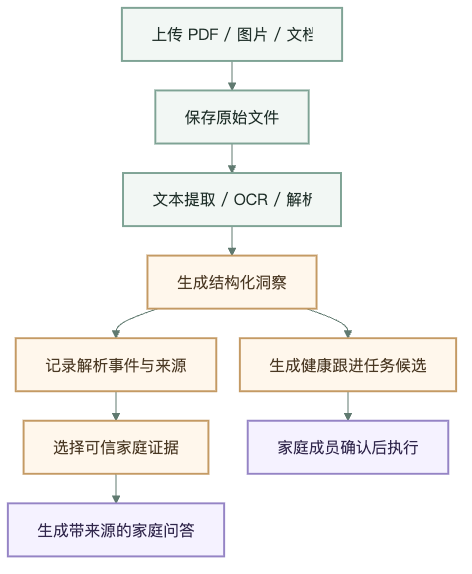
The Mermaid diagram docs/assets/resource-insight-mobile.png in sujianleo/Family, before a commit. Its source is kept beside it as docs/resource-insight-mobile.mmd.
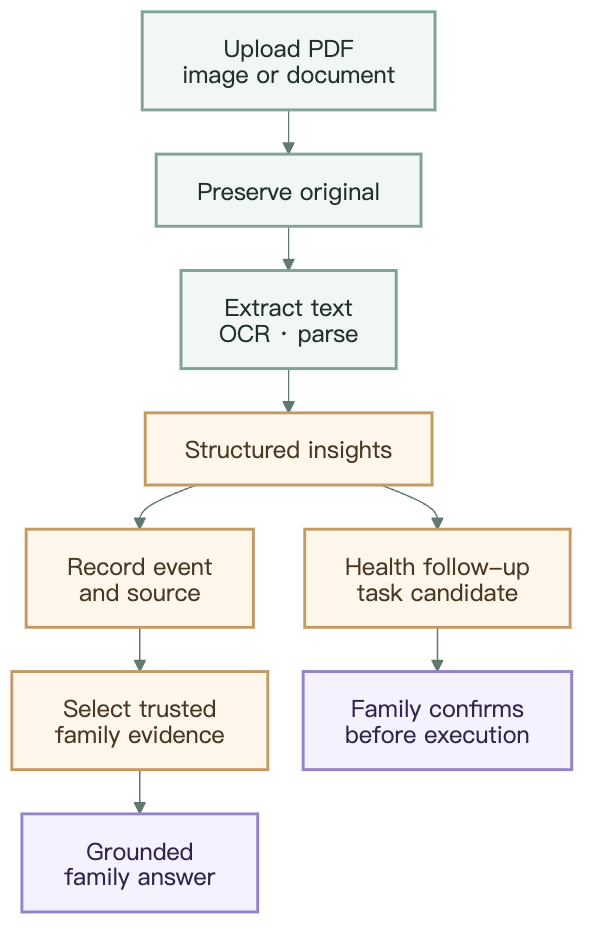
The same file after the commit.

The edit, as a diff of the source:
```diff
@@ -1,13 +1,13 @@
-%%{init: {"theme": "base", "themeVariables": {"fontFamily": "system-ui, sans-serif", "primaryColor": "#F2F7F4", "primaryTextColor": "#20302A", "primaryBorderColor": "#7FA395", "lineColor": "#607A70", "secondaryColor": "#FFF7EC", "tertiaryColor": "#F5F2FF"}, "flowchart": {"curve": "basis", "nodeSpacing": 24, "rankSpacing": 30}}}%%
+%%{init: {"theme": "base", "htmlLabels": false, "themeVariables": {"fontFamily": "Arial, sans-serif", "primaryColor": "#F2F7F4", "primaryTextColor": "#20302A", "primaryBorderColor": "#7FA395", "lineColor": "#607A70", "secondaryColor": "#FFF7EC", "tertiaryColor": "#F5F2FF"}, "flowchart": {"curve": "basis", "nodeSpacing": 24, "rankSpacing": 30, "htmlLabels": false}}}%%
 flowchart TB
-  UPLOAD["上传 PDF / 图片 / 文档"] --> ORIGINAL["保存原始文件"]
-  ORIGINAL --> EXTRACT["文本提取 / OCR / 解析"]
-  EXTRACT --> INSIGHT["生成结构化洞察"]
-  INSIGHT --> EVENT["记录解析事件与来源"]
-  EVENT --> CONTEXT["选择可信家庭证据"]
-  CONTEXT --> ANSWER["生成带来源的家庭问答"]
-  INSIGHT --> CANDIDATE["生成健康跟进任务候选"]
-  CANDIDATE --> CONFIRM["家庭成员确认后执行"]
+  UPLOAD["Upload PDF<br/>image or document"] --> ORIGINAL["Preserve original"]
+  ORIGINAL --> EXTRACT["Extract text<br/>OCR · parse"]
+  EXTRACT --> INSIGHT["Structured insights"]
+  INSIGHT --> EVENT["Record event<br/>and source"]
+  EVENT --> CONTEXT["Select trusted<br/>family evidence"]
+  CONTEXT --> ANSWER["Grounded<br/>family answer"]
+  INSIGHT --> CANDIDATE["Health follow-up<br/>task candidate"]
+  CANDIDATE --> CONFIRM["Family confirms<br/>before execution"]
 
   classDef source fill:#F2F7F4,stroke:#7FA395,color:#20302A,stroke-width:2px;
   classDef process fill:#FFF7EC,stroke:#C49A64,color:#4A3823,stroke-width:2px;
```
